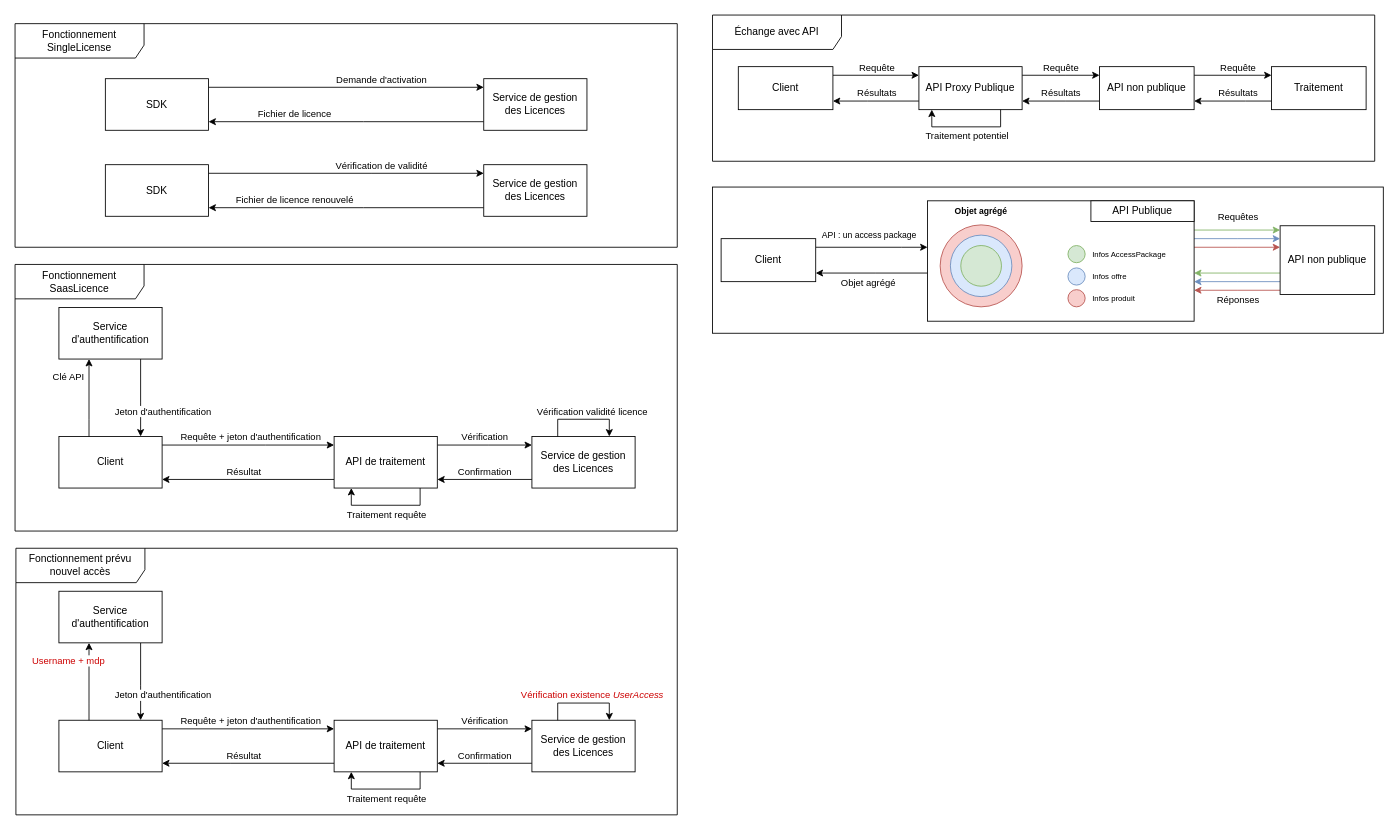
Above: Diagramme sans nom.drawio in Smaxxe/ProjetStage (draw.io), before the change. Source tidied: cells renumbered, new cells numbered last; positions are measured from the earlier drawing's top-left corner, leaving out a move shared by most shapes. Both pictures are drawn from the tidied source at 86%, with x=0, y=0 at pixel (15, 15).
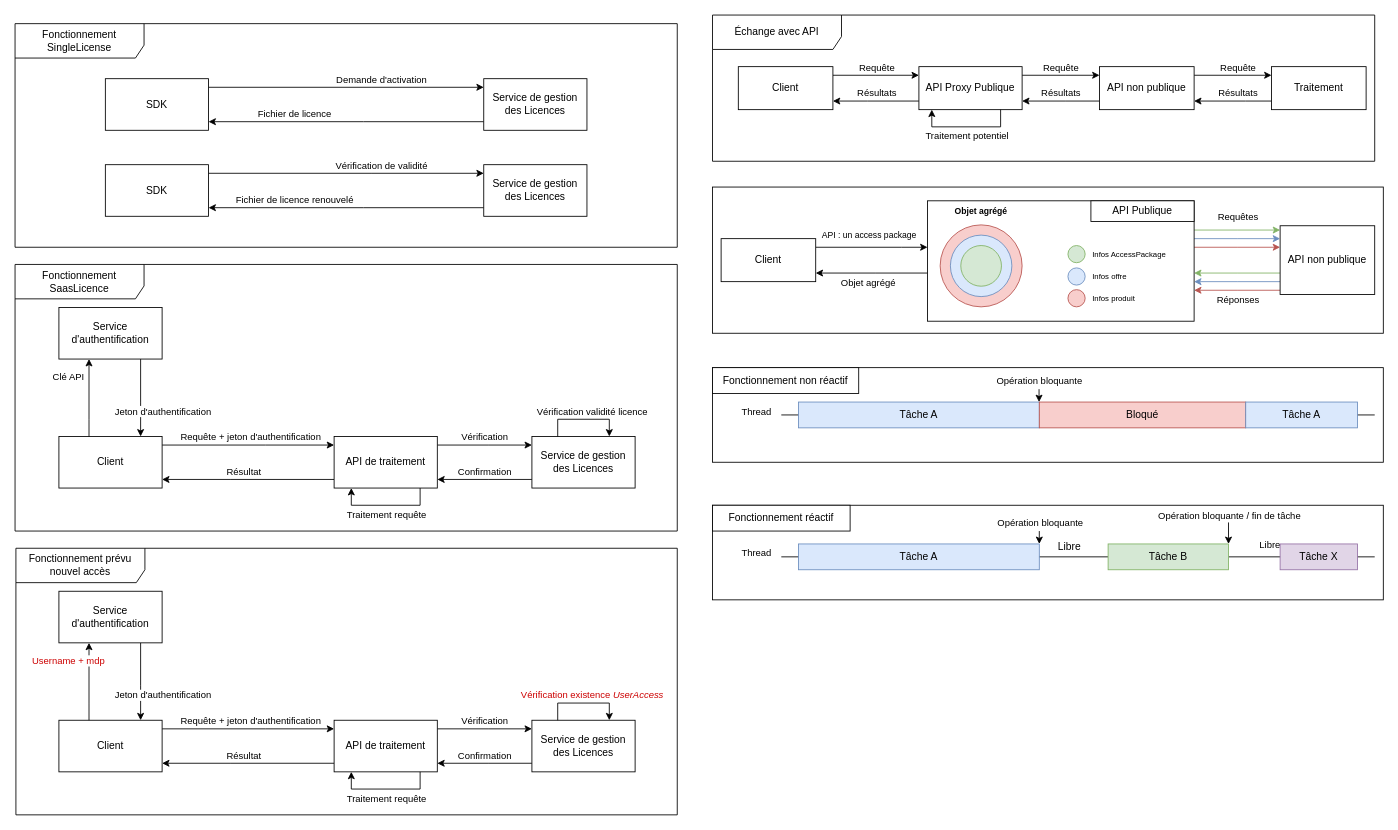
The same page after the edit.

Commit message:
Mettre à jour Diagramme sans nom.drawio

The edit, as a diff of the source:
```diff
@@
+    <mxCell id="103" style="rounded=0;whiteSpace=wrap;html=1;fillColor=none;" parent="1" vertex="1">
+      <mxGeometry x="811" y="570" width="780" height="110" as="geometry" />
+    </mxCell>
+    <mxCell id="104" style="rounded=0;whiteSpace=wrap;html=1;fillColor=none;" parent="1" vertex="1">
+      <mxGeometry x="811" y="410" width="780" height="110" as="geometry" />
+    </mxCell>
@@
+    <mxCell id="105" style="endArrow=none;html=1;rounded=0;" parent="1" edge="1">
+      <mxGeometry relative="1" as="geometry">
+        <mxPoint x="891" y="465" as="sourcePoint" />
+        <mxPoint x="1581" y="465" as="targetPoint" />
+      </mxGeometry>
+    </mxCell>
+    <mxCell id="106" style="endArrow=none;html=1;rounded=0;" parent="1" edge="1" source="108">
+      <mxGeometry relative="1" as="geometry">
+        <mxPoint x="1561" y="465" as="targetPoint" />
+      </mxGeometry>
+    </mxCell>
+    <mxCell id="107" value="Tâche A" style="rounded=0;whiteSpace=wrap;html=1;fillColor=#dae8fc;strokeColor=#6c8ebf;" parent="1" vertex="1">
+      <mxGeometry x="911" y="450" width="280" height="30" as="geometry" />
+    </mxCell>
+    <mxCell id="108" value="Bloqué" style="rounded=0;whiteSpace=wrap;html=1;fillColor=#f8cecc;strokeColor=#b85450;" parent="1" vertex="1">
+      <mxGeometry x="1191" y="450" width="240" height="30" as="geometry" />
+    </mxCell>
+    <mxCell id="109" value="Thread " style="edgeLabel;html=1;align=center;verticalAlign=middle;" parent="1" vertex="1">
+      <mxGeometry x="851" y="450" as="geometry">
+        <mxPoint x="10" y="10" as="offset" />
+      </mxGeometry>
+    </mxCell>
+    <mxCell id="110" value="Tâche A" style="rounded=0;whiteSpace=wrap;html=1;fillColor=#dae8fc;strokeColor=#6c8ebf;" parent="1" vertex="1">
+      <mxGeometry x="1431" y="450" width="130" height="30" as="geometry" />
+    </mxCell>
+    <mxCell id="111" style="endArrow=none;html=1;rounded=0;" parent="1" edge="1" target="115">
+      <mxGeometry relative="1" as="geometry">
+        <mxPoint x="891" y="630" as="sourcePoint" />
+      </mxGeometry>
+    </mxCell>
+    <mxCell id="112" style="endArrow=none;html=1;rounded=0;" parent="1" edge="1" source="115">
+      <mxGeometry relative="1" as="geometry">
+        <mxPoint x="1581" y="630" as="targetPoint" />
+      </mxGeometry>
+    </mxCell>
+    <mxCell id="113" value="Libre" style="edgeLabel;html=1;align=center;verticalAlign=middle;" parent="112" vertex="1">
+      <mxGeometry x="0.71" relative="1" as="geometry">
+        <mxPoint x="-98" y="-15" as="offset" />
+      </mxGeometry>
+    </mxCell>
+    <mxCell id="114" value="Tâche A" style="rounded=0;whiteSpace=wrap;html=1;fillColor=#dae8fc;strokeColor=#6c8ebf;" parent="1" vertex="1">
+      <mxGeometry x="911" y="615" width="280" height="30" as="geometry" />
+    </mxCell>
+    <mxCell id="115" value="Tâche B" style="rounded=0;whiteSpace=wrap;html=1;fillColor=#d5e8d4;strokeColor=#82b366;" parent="1" vertex="1">
+      <mxGeometry x="1271" y="615" width="140" height="30" as="geometry" />
+    </mxCell>
+    <mxCell id="116" value="Thread " style="edgeLabel;html=1;align=center;verticalAlign=middle;" parent="1" vertex="1">
+      <mxGeometry x="861" y="625" as="geometry" />
+    </mxCell>
+    <mxCell id="117" value="&lt;div&gt;Libre&lt;/div&gt;" style="text;whiteSpace=wrap;html=1;" parent="1" vertex="1">
+      <mxGeometry x="1211" y="605" width="40" height="20" as="geometry" />
+    </mxCell>
+    <mxCell id="118" value="Tâche X" style="rounded=0;whiteSpace=wrap;html=1;fillColor=#e1d5e7;strokeColor=#9673a6;" parent="1" vertex="1">
+      <mxGeometry x="1471" y="615" width="90" height="30" as="geometry" />
+    </mxCell>
+    <mxCell id="119" style="endArrow=classic;html=1;rounded=0;entryX=1;entryY=0;entryDx=0;entryDy=0;" parent="1" edge="1" target="115">
+      <mxGeometry relative="1" as="geometry">
+        <mxPoint x="1411" y="590" as="sourcePoint" />
+      </mxGeometry>
+    </mxCell>
+    <mxCell id="120" value="Opération bloquante / fin de tâche" style="edgeLabel;html=1;align=center;verticalAlign=middle;" parent="119" vertex="1">
+      <mxGeometry x="-0.47" relative="1" as="geometry">
+        <mxPoint y="-16" as="offset" />
+      </mxGeometry>
+    </mxCell>
+    <mxCell id="121" value="Fonctionnement réactif" style="rounded=0;whiteSpace=wrap;html=1;" parent="1" vertex="1">
+      <mxGeometry x="811" y="570" width="160" height="30" as="geometry" />
+    </mxCell>
+    <mxCell id="122" value="Fonctionnement non réactif" style="rounded=0;whiteSpace=wrap;html=1;" parent="1" vertex="1">
+      <mxGeometry x="811" y="410" width="170" height="30" as="geometry" />
+    </mxCell>
+    <mxCell id="123" style="endArrow=classic;html=1;rounded=0;entryX=1;entryY=0;entryDx=0;entryDy=0;" parent="1" edge="1" target="114">
+      <mxGeometry relative="1" as="geometry">
+        <mxPoint x="1191" y="600" as="sourcePoint" />
+      </mxGeometry>
+    </mxCell>
+    <mxCell id="124" value="Opération bloquante" style="edgeLabel;html=1;align=center;verticalAlign=middle;" parent="123" vertex="1">
+      <mxGeometry x="-0.61" relative="1" as="geometry">
+        <mxPoint y="-13" as="offset" />
+      </mxGeometry>
+    </mxCell>
+    <mxCell id="125" style="endArrow=classic;html=1;rounded=0;entryX=1;entryY=0;entryDx=0;entryDy=0;" parent="1" edge="1">
+      <mxGeometry relative="1" as="geometry">
+        <mxPoint x="1190.7" y="435" as="sourcePoint" />
+        <mxPoint x="1190.7" y="450" as="targetPoint" />
+      </mxGeometry>
+    </mxCell>
+    <mxCell id="126" value="Opération bloquante" style="edgeLabel;html=1;align=center;verticalAlign=middle;" parent="125" vertex="1">
+      <mxGeometry x="-0.61" relative="1" as="geometry">
+        <mxPoint y="-13" as="offset" />
+      </mxGeometry>
+    </mxCell>
```
